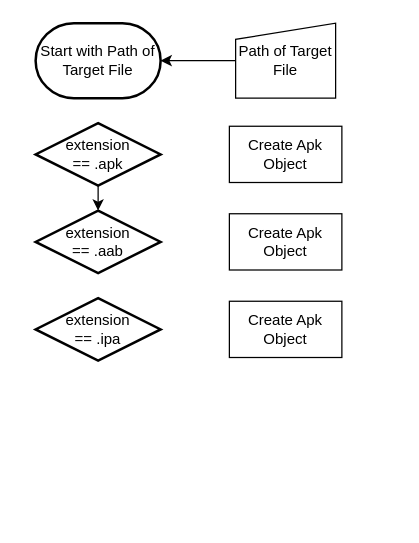
Before: Untitled Diagram.drawio in Choi-Suhyeon/ulangCompiler, a draw.io diagram. Source tidied: cells renumbered, new cells numbered last; positions are measured from the earlier drawing's top-left corner, leaving out a move shared by most shapes. Both pictures are drawn from the tidied source at 125%, with x=0, y=0 at pixel (35, 22).
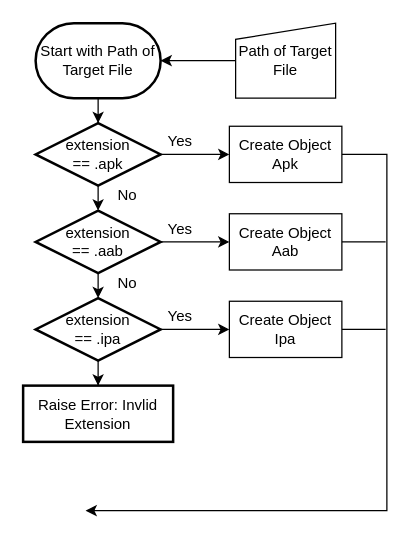
After the change.

The change refers to these unchanged cells:
```xml
<mxCell id="2" value="Start with Path of Target File" style="strokeWidth=2;html=1;shape=mxgraph.flowchart.terminator;whiteSpace=wrap;" parent="1" vertex="1">
  <mxGeometry width="100" height="60" as="geometry" />
</mxCell>
<mxCell id="5" value="extension &lt;br&gt;== .apk" style="strokeWidth=2;html=1;shape=mxgraph.flowchart.decision;whiteSpace=wrap;" parent="1" vertex="1">
  <mxGeometry y="80" width="100" height="50" as="geometry" />
</mxCell>
<mxCell id="6" value="extension &lt;br&gt;== .aab" style="strokeWidth=2;html=1;shape=mxgraph.flowchart.decision;whiteSpace=wrap;" parent="1" vertex="1">
  <mxGeometry y="150" width="100" height="50" as="geometry" />
</mxCell>
<mxCell id="7" value="extension &lt;br&gt;== .ipa" style="strokeWidth=2;html=1;shape=mxgraph.flowchart.decision;whiteSpace=wrap;" parent="1" vertex="1">
  <mxGeometry y="220" width="100" height="50" as="geometry" />
</mxCell>
```

Diff of the diagram source:
```diff
@@
+    <mxCell id="12" style="edgeStyle=orthogonalEdgeStyle;rounded=0;jettySize=auto;html=1;exitX=0.5;exitY=1;exitDx=0;exitDy=0;exitPerimeter=0;" parent="1" edge="1" source="2" target="5">
+      <mxGeometry relative="1" as="geometry" />
+    </mxCell>
@@
+    <mxCell id="13" style="edgeStyle=orthogonalEdgeStyle;rounded=0;jettySize=auto;html=1;exitX=1;exitY=0.5;exitDx=0;exitDy=0;exitPerimeter=0;entryX=0;entryY=0.5;entryDx=0;entryDy=0;" parent="1" edge="1" source="5" target="8">
+      <mxGeometry relative="1" as="geometry" />
+    </mxCell>
@@
+    <mxCell id="14" style="edgeStyle=orthogonalEdgeStyle;rounded=0;jettySize=auto;html=1;exitX=1;exitY=0.5;exitDx=0;exitDy=0;exitPerimeter=0;entryX=0;entryY=0.5;entryDx=0;entryDy=0;" parent="1" edge="1" source="6" target="9">
+      <mxGeometry relative="1" as="geometry" />
+    </mxCell>
@@
+    <mxCell id="15" style="edgeStyle=orthogonalEdgeStyle;rounded=0;jettySize=auto;html=1;exitX=1;exitY=0.5;exitDx=0;exitDy=0;exitPerimeter=0;entryX=0;entryY=0.5;entryDx=0;entryDy=0;" parent="1" edge="1" source="7" target="10">
+      <mxGeometry relative="1" as="geometry" />
+    </mxCell>
+    <mxCell id="16" style="edgeStyle=orthogonalEdgeStyle;rounded=0;jettySize=auto;html=1;" parent="1" edge="1" source="7" target="26">
+      <mxGeometry relative="1" as="geometry" />
+    </mxCell>
@@
+    <mxCell id="17" style="edgeStyle=orthogonalEdgeStyle;rounded=0;jettySize=auto;html=1;exitX=1;exitY=0.5;exitDx=0;exitDy=0;" parent="1" edge="1" source="8">
+      <mxGeometry relative="1" as="geometry">
+        <mxPoint x="40" y="390" as="targetPoint" />
+        <Array as="points">
+          <mxPoint x="281" y="105" />
+          <mxPoint x="281" y="390" />
+        </Array>
+      </mxGeometry>
+    </mxCell>
-    <mxCell id="8" value="Create Apk Object" style="rounded=0;whiteSpace=wrap;html=1;" parent="1" vertex="1">
+    <mxCell id="8" value="Create Object Apk" style="rounded=0;whiteSpace=wrap;html=1;" parent="1" vertex="1">
       <mxGeometry x="155" y="82.5" width="90" height="45" as="geometry" />
     </mxCell>
+    <mxCell id="18" style="edgeStyle=orthogonalEdgeStyle;rounded=0;jettySize=auto;html=1;exitX=1;exitY=0.5;exitDx=0;exitDy=0;endArrow=none;endFill=0;" parent="1" edge="1" source="9">
+      <mxGeometry relative="1" as="geometry">
+        <mxPoint x="280" y="175" as="targetPoint" />
+      </mxGeometry>
+    </mxCell>
-    <mxCell id="9" value="Create Apk Object" style="rounded=0;whiteSpace=wrap;html=1;" parent="1" vertex="1">
+    <mxCell id="9" value="Create Object Aab" style="rounded=0;whiteSpace=wrap;html=1;" parent="1" vertex="1">
       <mxGeometry x="155" y="152.5" width="90" height="45" as="geometry" />
     </mxCell>
+    <mxCell id="19" style="edgeStyle=orthogonalEdgeStyle;rounded=0;jettySize=auto;html=1;exitX=1;exitY=0.5;exitDx=0;exitDy=0;endArrow=none;endFill=0;" parent="1" edge="1" source="10">
+      <mxGeometry relative="1" as="geometry">
+        <mxPoint x="280" y="245" as="targetPoint" />
+      </mxGeometry>
+    </mxCell>
-    <mxCell id="10" value="Create Apk Object" style="rounded=0;whiteSpace=wrap;html=1;" parent="1" vertex="1">
+    <mxCell id="10" value="Create Object Ipa" style="rounded=0;whiteSpace=wrap;html=1;" parent="1" vertex="1">
       <mxGeometry x="155" y="222.5" width="90" height="45" as="geometry" />
     </mxCell>
@@
+    <mxCell id="20" value="No" style="text;strokeColor=none;fillColor=none;align=left;verticalAlign=middle;spacingLeft=4;spacingRight=4;overflow=hidden;whiteSpace=wrap;html=1;" parent="1" vertex="1">
+      <mxGeometry x="60" y="122.5" width="30" height="30" as="geometry" />
+    </mxCell>
+    <mxCell id="21" style="edgeStyle=orthogonalEdgeStyle;rounded=0;jettySize=auto;html=1;exitX=0.5;exitY=1;exitDx=0;exitDy=0;exitPerimeter=0;entryX=0.5;entryY=0;entryDx=0;entryDy=0;entryPerimeter=0;" parent="1" edge="1" source="6" target="7">
+      <mxGeometry relative="1" as="geometry" />
+    </mxCell>
+    <mxCell id="22" value="No" style="text;strokeColor=none;fillColor=none;align=left;verticalAlign=middle;spacingLeft=4;spacingRight=4;overflow=hidden;whiteSpace=wrap;html=1;" parent="1" vertex="1">
+      <mxGeometry x="60" y="192.5" width="30" height="30" as="geometry" />
+    </mxCell>
+    <mxCell id="23" value="Yes" style="text;strokeColor=none;fillColor=none;align=left;verticalAlign=middle;spacingLeft=4;spacingRight=4;overflow=hidden;whiteSpace=wrap;html=1;" parent="1" vertex="1">
+      <mxGeometry x="100" y="80" width="30" height="30" as="geometry" />
+    </mxCell>
+    <mxCell id="24" value="Yes" style="text;strokeColor=none;fillColor=none;align=left;verticalAlign=middle;spacingLeft=4;spacingRight=4;overflow=hidden;whiteSpace=wrap;html=1;" parent="1" vertex="1">
+      <mxGeometry x="100" y="150" width="30" height="30" as="geometry" />
+    </mxCell>
+    <mxCell id="25" value="Yes" style="text;strokeColor=none;fillColor=none;align=left;verticalAlign=middle;spacingLeft=4;spacingRight=4;overflow=hidden;whiteSpace=wrap;html=1;" parent="1" vertex="1">
+      <mxGeometry x="100" y="220" width="30" height="30" as="geometry" />
+    </mxCell>
+    <mxCell id="26" value="Raise Error: Invlid Extension" style="whiteSpace=wrap;html=1;strokeWidth=2;" parent="1" vertex="1">
+      <mxGeometry x="-10" y="290" width="120" height="45" as="geometry" />
+    </mxCell>
```
